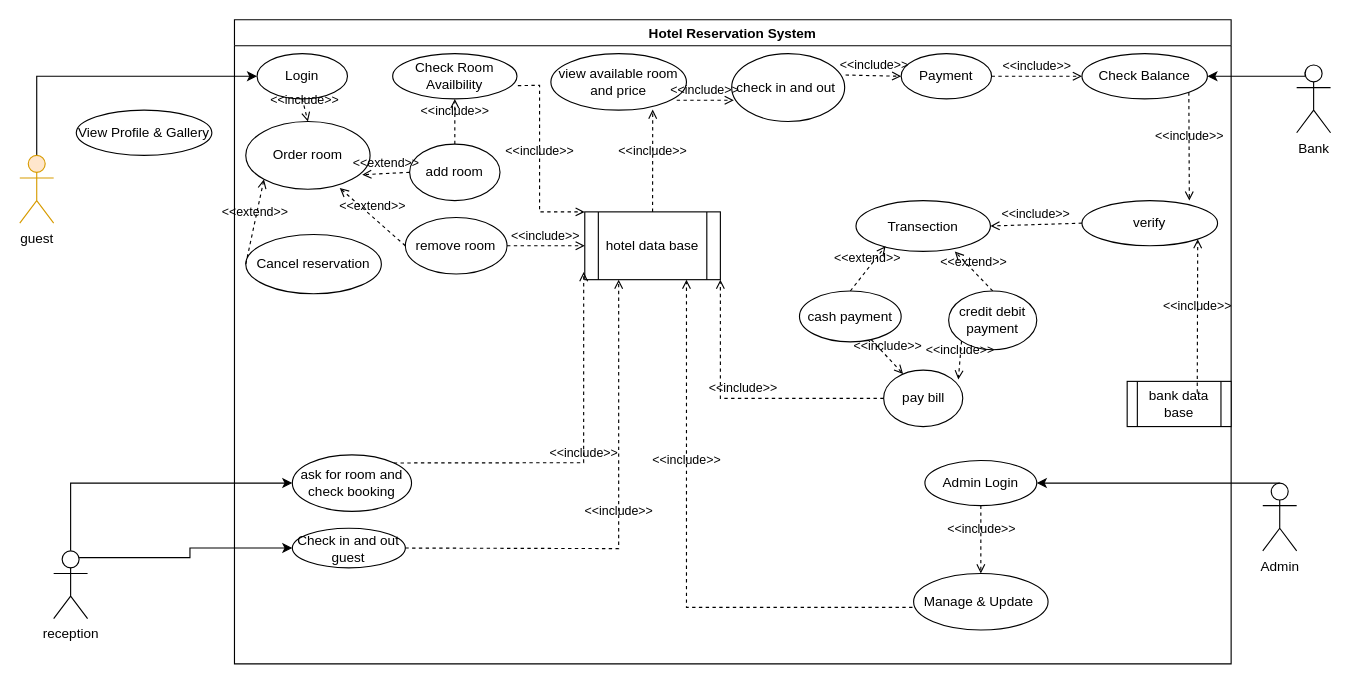
The draw.io diagram use case Vol3.drawio in AhmedTarek-95/System-Desine, before the edit. Source tidied: cells renumbered, new cells numbered last; positions are measured from the earlier drawing's top-left corner, leaving out a move shared by most shapes. Both pictures are drawn from the tidied source at 113%, with x=0, y=0 at pixel (19, 19).
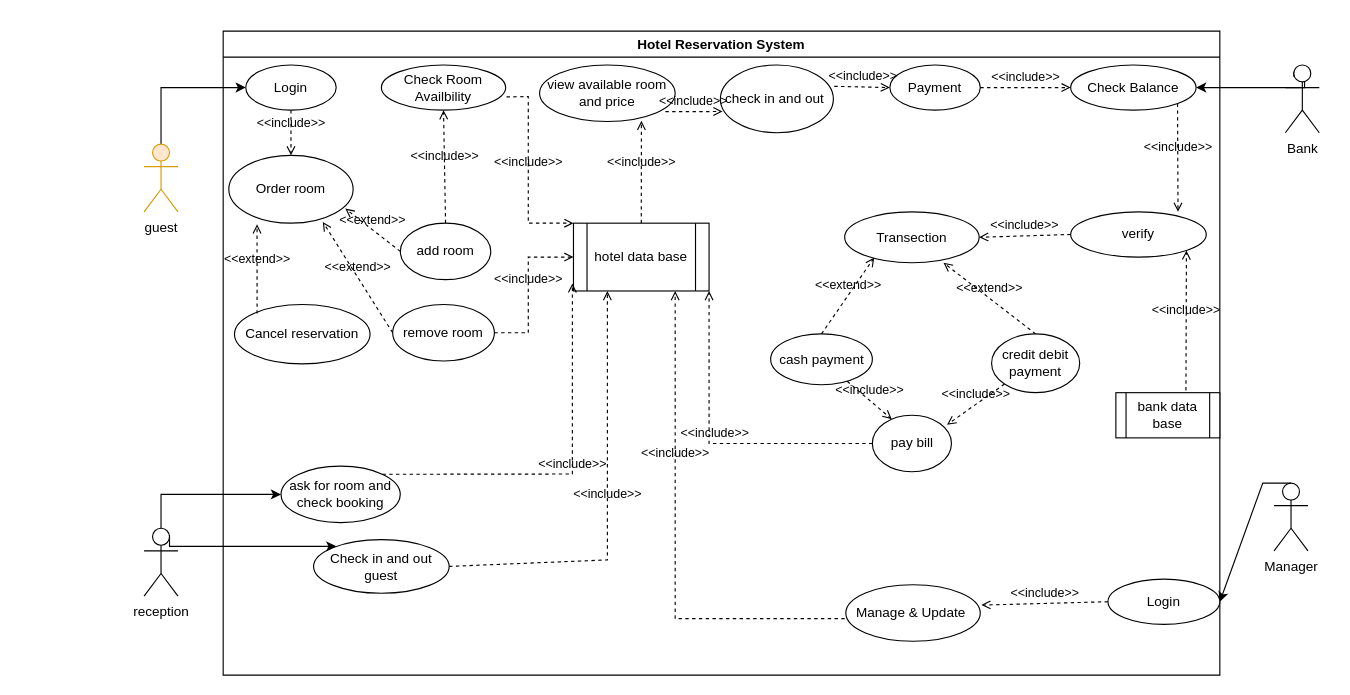
After the change.

The change refers to these unchanged cells:
```xml
<mxCell id="21" value="bank data base" style="shape=process;whiteSpace=wrap;html=1;backgroundOutline=1;" parent="4" vertex="1">
  <mxGeometry x="790" y="320" width="92" height="40" as="geometry" />
</mxCell>
<mxCell id="25" value="verify" style="ellipse;whiteSpace=wrap;html=1;" parent="4" vertex="1">
  <mxGeometry x="750" y="160" width="120" height="40" as="geometry" />
</mxCell>
<mxCell id="30" value="hotel data base" style="shape=process;whiteSpace=wrap;html=1;backgroundOutline=1;" parent="4" vertex="1">
  <mxGeometry x="310" y="170" width="120" height="60" as="geometry" />
</mxCell>
```

Diff of the diagram source:
```diff
@@
     <mxCell id="3" value="guest" style="shape=umlActor;verticalLabelPosition=bottom;verticalAlign=top;html=1;outlineConnect=0;fillColor=#ffe6cc;strokeColor=#d79b00;" parent="1" vertex="1">
-      <mxGeometry y="120" width="30" height="60" as="geometry" />
+      <mxGeometry x="110" y="110" width="30" height="60" as="geometry" />
     </mxCell>
     <mxCell id="4" value="Hotel Reservation System" style="swimlane;" parent="1" vertex="1">
-      <mxGeometry x="190" width="882" height="570" as="geometry" />
+      <mxGeometry x="180" y="10" width="882" height="570" as="geometry" />
     </mxCell>
@@
     <mxCell id="7" value="Order room" style="ellipse;whiteSpace=wrap;html=1;" parent="4" vertex="1">
-      <mxGeometry x="10" y="90" width="110" height="60" as="geometry" />
+      <mxGeometry x="5" y="110" width="110" height="60" as="geometry" />
     </mxCell>
     <mxCell id="8" value="Cancel reservation" style="ellipse;whiteSpace=wrap;html=1;" parent="4" vertex="1">
-      <mxGeometry x="10" y="190" width="120" height="52.5" as="geometry" />
+      <mxGeometry x="10" y="242" width="120" height="52.5" as="geometry" />
     </mxCell>
@@
-    <mxCell id="10" value="Admin Login" style="ellipse;whiteSpace=wrap;html=1;" parent="4" vertex="1">
-      <mxGeometry x="611" y="390" width="99" height="40" as="geometry" />
+    <mxCell id="10" value="Login" style="ellipse;whiteSpace=wrap;html=1;" parent="4" vertex="1">
+      <mxGeometry x="783" y="485" width="99" height="40" as="geometry" />
     </mxCell>
     <mxCell id="11" value="Manage &amp;amp; Update&amp;nbsp;" style="ellipse;whiteSpace=wrap;html=1;" parent="4" vertex="1">
-      <mxGeometry x="601" y="490" width="119" height="50" as="geometry" />
+      <mxGeometry x="551" y="490" width="119" height="50" as="geometry" />
     </mxCell>
@@
     <mxCell id="13" value="Check in and out guest" style="ellipse;whiteSpace=wrap;html=1;" parent="4" vertex="1">
-      <mxGeometry x="51.2" y="450" width="100" height="35" as="geometry" />
+      <mxGeometry x="80" y="450" width="120" height="47.5" as="geometry" />
     </mxCell>
@@
-    <mxCell id="18" value="&amp;lt;&amp;lt;extend&amp;gt;&amp;gt;" style="html=1;verticalAlign=bottom;labelBackgroundColor=none;endArrow=open;endFill=0;dashed=1;rounded=0;entryX=0;entryY=1;entryDx=0;entryDy=0;exitX=0;exitY=0.5;exitDx=0;exitDy=0;" parent="4" edge="1" source="8" target="7">
-      <mxGeometry relative="1" as="geometry" />
+    <mxCell id="18" value="&amp;lt;&amp;lt;extend&amp;gt;&amp;gt;" style="html=1;verticalAlign=bottom;labelBackgroundColor=none;endArrow=open;endFill=0;dashed=1;rounded=0;entryX=0.227;entryY=1.017;entryDx=0;entryDy=0;entryPerimeter=0;" parent="4" edge="1" target="7">
+      <mxGeometry relative="1" as="geometry">
+        <mxPoint x="30" y="250" as="sourcePoint" />
+      </mxGeometry>
     </mxCell>
     <mxCell id="19" value="cash payment" style="ellipse;whiteSpace=wrap;html=1;" parent="4" vertex="1">
-      <mxGeometry x="500" y="240" width="90" height="45" as="geometry" />
+      <mxGeometry x="484.5" y="268" width="90" height="45" as="geometry" />
     </mxCell>
     <mxCell id="20" value="credit&amp;nbsp;debit payment" style="ellipse;whiteSpace=wrap;html=1;" parent="4" vertex="1">
-      <mxGeometry x="632" y="240" width="78" height="52" as="geometry" />
+      <mxGeometry x="680" y="268" width="78" height="52" as="geometry" />
     </mxCell>
@@
-    <mxCell id="22" value="&amp;lt;&amp;lt;include&amp;gt;&amp;gt;" style="html=1;verticalAlign=bottom;labelBackgroundColor=none;endArrow=open;endFill=0;dashed=1;rounded=0;entryX=1;entryY=1;entryDx=0;entryDy=0;" parent="4" edge="1" target="25">
-      <mxGeometry relative="1" as="geometry">
-        <mxPoint x="852" y="330" as="sourcePoint" />
-      </mxGeometry>
+    <mxCell id="22" value="&amp;lt;&amp;lt;include&amp;gt;&amp;gt;" style="html=1;verticalAlign=bottom;labelBackgroundColor=none;endArrow=open;endFill=0;dashed=1;rounded=0;entryX=1;entryY=1;entryDx=0;entryDy=0;exitX=0.674;exitY=-0.05;exitDx=0;exitDy=0;exitPerimeter=0;" parent="4" edge="1" source="21" target="25">
+      <mxGeometry relative="1" as="geometry" />
     </mxCell>
@@
     <mxCell id="36" value="pay bill" style="ellipse;whiteSpace=wrap;html=1;" parent="4" vertex="1">
-      <mxGeometry x="574.5" y="310" width="70" height="50" as="geometry" />
+      <mxGeometry x="574.5" y="340" width="70" height="50" as="geometry" />
     </mxCell>
@@
-    <mxCell id="39" value="&amp;lt;&amp;lt;include&amp;gt;&amp;gt;" style="html=1;verticalAlign=bottom;labelBackgroundColor=none;endArrow=open;endFill=0;dashed=1;rounded=0;exitX=0.5;exitY=1;exitDx=0;exitDy=0;entryX=0.5;entryY=0;entryDx=0;entryDy=0;" parent="4" edge="1" source="10" target="11">
+    <mxCell id="39" value="&amp;lt;&amp;lt;include&amp;gt;&amp;gt;" style="html=1;verticalAlign=bottom;labelBackgroundColor=none;endArrow=open;endFill=0;dashed=1;rounded=0;exitX=0;exitY=0.5;exitDx=0;exitDy=0;entryX=1.008;entryY=0.36;entryDx=0;entryDy=0;entryPerimeter=0;" parent="4" edge="1" source="10" target="11">
       <mxGeometry relative="1" as="geometry" />
     </mxCell>
@@
     <mxCell id="41" value="&amp;lt;&amp;lt;include&amp;gt;&amp;gt;" style="html=1;verticalAlign=bottom;labelBackgroundColor=none;endArrow=open;endFill=0;dashed=1;rounded=0;entryX=0.75;entryY=1;entryDx=0;entryDy=0;" parent="4" edge="1" target="30">
       <mxGeometry x="0.31" relative="1" as="geometry">
-        <mxPoint x="600" y="520" as="sourcePoint" />
+        <mxPoint x="550" y="520" as="sourcePoint" />
         <Array as="points">
           <mxPoint x="400" y="520" />
         </Array>
       </mxGeometry>
     </mxCell>
     <mxCell id="42" value="add room" style="ellipse;whiteSpace=wrap;html=1;" parent="4" vertex="1">
-      <mxGeometry x="155" y="110" width="80" height="50" as="geometry" />
+      <mxGeometry x="156.8" y="170" width="80" height="50" as="geometry" />
     </mxCell>
     <mxCell id="43" value="remove room" style="ellipse;whiteSpace=wrap;html=1;" parent="4" vertex="1">
-      <mxGeometry x="151.2" y="175" width="90" height="50" as="geometry" />
+      <mxGeometry x="150" y="242" width="90" height="50" as="geometry" />
     </mxCell>
@@
     <mxCell id="46" value="&amp;lt;&amp;lt;include&amp;gt;&amp;gt;" style="html=1;verticalAlign=bottom;labelBackgroundColor=none;endArrow=open;endFill=0;dashed=1;rounded=0;exitX=1;exitY=0.5;exitDx=0;exitDy=0;entryX=0;entryY=0.5;entryDx=0;entryDy=0;" parent="4" edge="1" source="43" target="30">
-      <mxGeometry relative="1" as="geometry" />
+      <mxGeometry relative="1" as="geometry">
+        <Array as="points">
+          <mxPoint x="270" y="267" />
+          <mxPoint x="270" y="200" />
+        </Array>
+      </mxGeometry>
     </mxCell>
@@
     <mxCell id="48" value="&amp;lt;&amp;lt;include&amp;gt;&amp;gt;" style="html=1;verticalAlign=bottom;labelBackgroundColor=none;endArrow=open;endFill=0;dashed=1;rounded=0;exitX=0;exitY=0.5;exitDx=0;exitDy=0;" parent="4" edge="1" source="36">
       <mxGeometry relative="1" as="geometry">
         <mxPoint x="430" y="230" as="targetPoint" />
         <Array as="points">
-          <mxPoint x="430" y="335" />
+          <mxPoint x="430" y="365" />
         </Array>
       </mxGeometry>
     </mxCell>
@@
     <mxCell id="50" style="edgeStyle=orthogonalEdgeStyle;rounded=0;jettySize=auto;html=1;exitX=0.75;exitY=0.1;exitDx=0;exitDy=0;exitPerimeter=0;" parent="1" edge="1" source="51" target="13">
-      <mxGeometry relative="1" as="geometry" />
+      <mxGeometry relative="1" as="geometry">
+        <Array as="points">
+          <mxPoint x="180" y="466" />
+          <mxPoint x="180" y="466" />
+        </Array>
+      </mxGeometry>
     </mxCell>
     <mxCell id="51" value="reception" style="shape=umlActor;verticalLabelPosition=bottom;verticalAlign=top;html=1;outlineConnect=0;" parent="1" vertex="1">
-      <mxGeometry x="30" y="470" width="30" height="60" as="geometry" />
+      <mxGeometry x="110" y="450" width="30" height="60" as="geometry" />
     </mxCell>
@@
     <mxCell id="53" value="Bank" style="shape=umlActor;verticalLabelPosition=bottom;verticalAlign=top;html=1;outlineConnect=0;" parent="1" vertex="1">
-      <mxGeometry x="1130" y="40" width="30" height="60" as="geometry" />
+      <mxGeometry x="1120" y="40" width="30" height="60" as="geometry" />
     </mxCell>
-    <mxCell id="54" value="Admin" style="shape=umlActor;verticalLabelPosition=bottom;verticalAlign=top;html=1;outlineConnect=0;" parent="1" vertex="1">
-      <mxGeometry x="1100" y="410" width="30" height="60" as="geometry" />
+    <mxCell id="54" value="Manager" style="shape=umlActor;verticalLabelPosition=bottom;verticalAlign=top;html=1;outlineConnect=0;" parent="1" vertex="1">
+      <mxGeometry x="1110" y="410" width="30" height="60" as="geometry" />
     </mxCell>
-    <mxCell id="55" value="View Profile &amp;amp; Gallery" style="ellipse;whiteSpace=wrap;html=1;" parent="1" vertex="1">
-      <mxGeometry x="50" y="80" width="120" height="40" as="geometry" />
-    </mxCell>
```
